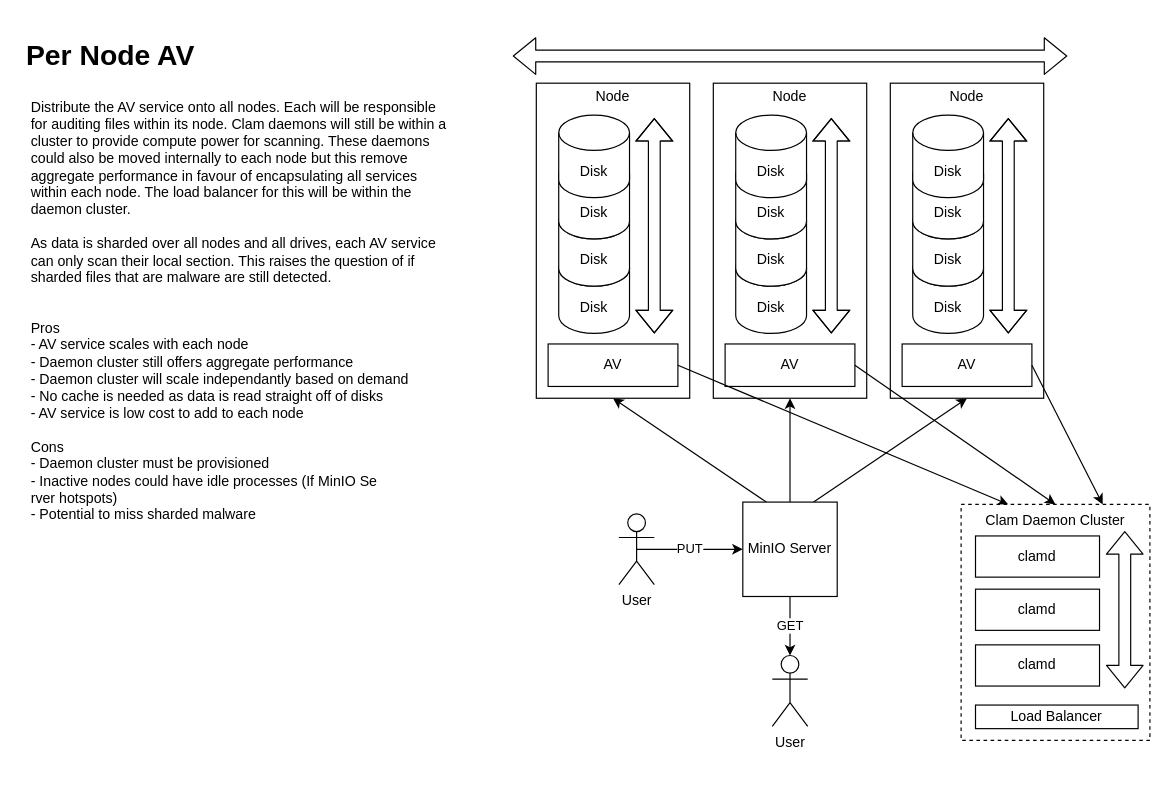
battagel/report-aegis keeps this draw.io diagram as page "4. Per Node AV" (4 of 7) of diagrams/architecture.drawio. Above is the earlier version. Source tidied: cells renumbered, new cells numbered last; positions are measured from the earlier drawing's top-left corner, leaving out a move shared by most shapes. Both pictures are drawn from the tidied source at 118%, with x=0, y=0 at pixel (20, 32).
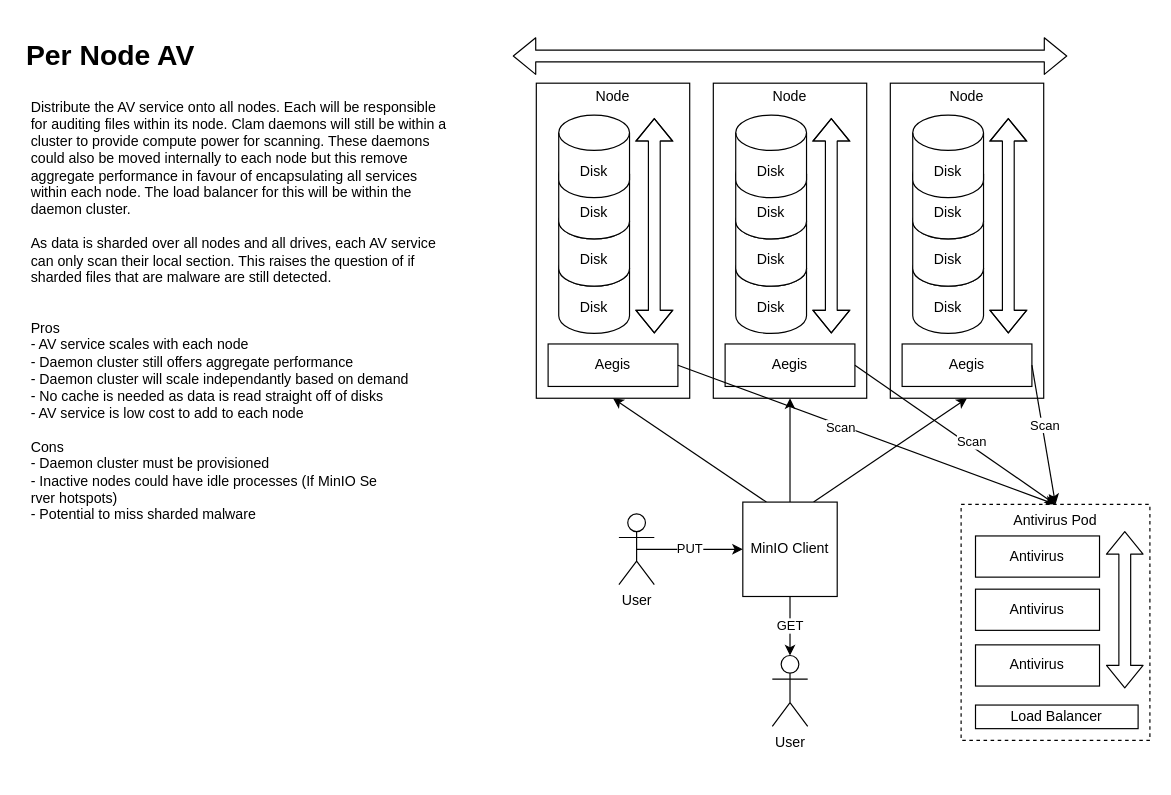
Above is the later version.

Unchanged cells that the change refers to:
```xml
<mxCell id="13" style="group;" parent="1" vertex="1">
  <mxGeometry x="587" y="40" width="130" height="270" as="geometry" />
</mxCell>
<mxCell id="22" style="group;" parent="1" vertex="1">
  <mxGeometry x="437" y="40" width="130" height="270" as="geometry" />
</mxCell>
<mxCell id="31" style="group;" parent="1" vertex="1">
  <mxGeometry x="737" y="40" width="130" height="270" as="geometry" />
</mxCell>
<mxCell id="41" style="edgeStyle=none;html=1;exitX=1;exitY=0.5;exitDx=0;exitDy=0;entryX=0.5;entryY=0;entryDx=0;entryDy=0;" parent="1" edge="1" source="21" target="44">
  <mxGeometry relative="1" as="geometry" />
</mxCell>
<mxCell id="43" style="group;" parent="1" vertex="1">
  <mxGeometry x="797" y="400" width="160" height="230" as="geometry" />
</mxCell>
```

What changed in the source:
```diff
@@
-    <mxCell id="8" value="MinIO Server" style="rounded=0;whiteSpace=wrap;html=1;" parent="1" vertex="1">
+    <mxCell id="8" value="MinIO Client" style="rounded=0;whiteSpace=wrap;html=1;" parent="1" vertex="1">
       <mxGeometry x="612" y="398" width="80" height="80" as="geometry" />
     </mxCell>
@@
-    <mxCell id="21" value="AV" style="rounded=0;whiteSpace=wrap;html=1;" parent="13" vertex="1">
+    <mxCell id="21" value="Aegis" style="rounded=0;whiteSpace=wrap;html=1;" parent="13" vertex="1">
       <mxGeometry x="10" y="224" width="110" height="36" as="geometry" />
     </mxCell>
@@
-    <mxCell id="30" value="AV" style="rounded=0;whiteSpace=wrap;html=1;" parent="22" vertex="1">
+    <mxCell id="30" value="Aegis" style="rounded=0;whiteSpace=wrap;html=1;" parent="22" vertex="1">
       <mxGeometry x="10" y="224" width="110" height="36" as="geometry" />
     </mxCell>
@@
-    <mxCell id="39" value="AV" style="rounded=0;whiteSpace=wrap;html=1;" parent="31" vertex="1">
+    <mxCell id="39" value="Aegis" style="rounded=0;whiteSpace=wrap;html=1;" parent="31" vertex="1">
       <mxGeometry x="10" y="224" width="110" height="36" as="geometry" />
     </mxCell>
-    <mxCell id="40" style="edgeStyle=none;html=1;exitX=1;exitY=0.5;exitDx=0;exitDy=0;entryX=0.25;entryY=0;entryDx=0;entryDy=0;" parent="1" edge="1" source="30" target="44">
+    <mxCell id="40" style="edgeStyle=none;html=1;exitX=1;exitY=0.5;exitDx=0;exitDy=0;entryX=0.5;entryY=0;entryDx=0;entryDy=0;" parent="1" edge="1" source="30" target="44">
       <mxGeometry relative="1" as="geometry" />
     </mxCell>
+    <mxCell id="50" value="Scan" style="edgeLabel;html=1;align=center;verticalAlign=middle;" parent="40" vertex="1">
+      <mxGeometry x="-0.14" y="-2" relative="1" as="geometry" />
+    </mxCell>
@@
+    <mxCell id="51" value="Scan" style="edgeLabel;html=1;align=center;verticalAlign=middle;" parent="41" vertex="1">
+      <mxGeometry x="0.14" y="2" relative="1" as="geometry">
+        <mxPoint y="-1" as="offset" />
+      </mxGeometry>
+    </mxCell>
-    <mxCell id="42" style="edgeStyle=none;html=1;exitX=1;exitY=0.5;exitDx=0;exitDy=0;entryX=0.75;entryY=0;entryDx=0;entryDy=0;" parent="1" edge="1" source="39" target="44">
+    <mxCell id="42" style="edgeStyle=none;html=1;exitX=1;exitY=0.5;exitDx=0;exitDy=0;entryX=0.5;entryY=0;entryDx=0;entryDy=0;" parent="1" edge="1" source="39" target="44">
       <mxGeometry relative="1" as="geometry" />
     </mxCell>
+    <mxCell id="52" value="Scan" style="edgeLabel;html=1;align=center;verticalAlign=middle;" parent="42" vertex="1">
+      <mxGeometry x="-0.13" y="2" relative="1" as="geometry" />
+    </mxCell>
@@
-    <mxCell id="44" value="Clam Daemon Cluster" style="rounded=0;whiteSpace=wrap;html=1;dashed=1;verticalAlign=top;" parent="43" vertex="1">
+    <mxCell id="44" value="Antivirus Pod" style="rounded=0;whiteSpace=wrap;html=1;dashed=1;verticalAlign=top;" parent="43" vertex="1">
       <mxGeometry width="160" height="200" as="geometry" />
     </mxCell>
@@
-    <mxCell id="46" value="clamd" style="rounded=0;whiteSpace=wrap;html=1;" parent="43" vertex="1">
+    <mxCell id="46" value="Antivirus" style="rounded=0;whiteSpace=wrap;html=1;" parent="43" vertex="1">
       <mxGeometry x="12.2" y="26.7" width="105.1" height="34.9" as="geometry" />
     </mxCell>
-    <mxCell id="47" value="clamd" style="rounded=0;whiteSpace=wrap;html=1;" parent="43" vertex="1">
+    <mxCell id="47" value="Antivirus" style="rounded=0;whiteSpace=wrap;html=1;" parent="43" vertex="1">
       <mxGeometry x="12.2" y="119" width="105.1" height="34.9" as="geometry" />
     </mxCell>
-    <mxCell id="48" value="clamd" style="rounded=0;whiteSpace=wrap;html=1;" parent="43" vertex="1">
+    <mxCell id="48" value="Antivirus" style="rounded=0;whiteSpace=wrap;html=1;" parent="43" vertex="1">
       <mxGeometry x="12.2" y="71.8" width="105.1" height="34.9" as="geometry" />
     </mxCell>
```
